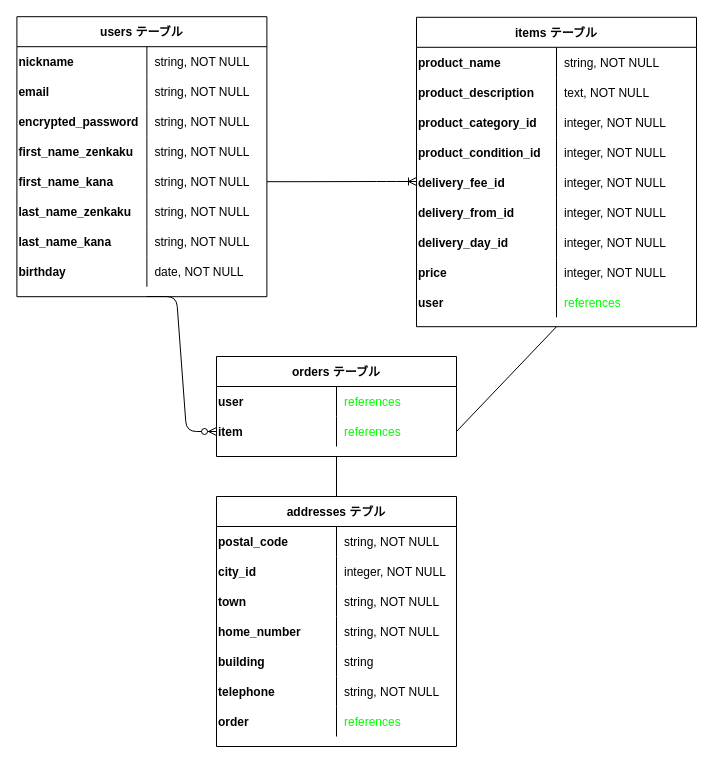
taihei0120/furima-36752 keeps this draw.io diagram as test.dio. Above is the earlier version. Source tidied: cells renumbered, new cells numbered last; positions are measured from the earlier drawing's top-left corner, leaving out a move shared by most shapes. Both pictures are drawn from the tidied source at 100%, with x=0, y=0 at pixel (16, 16).
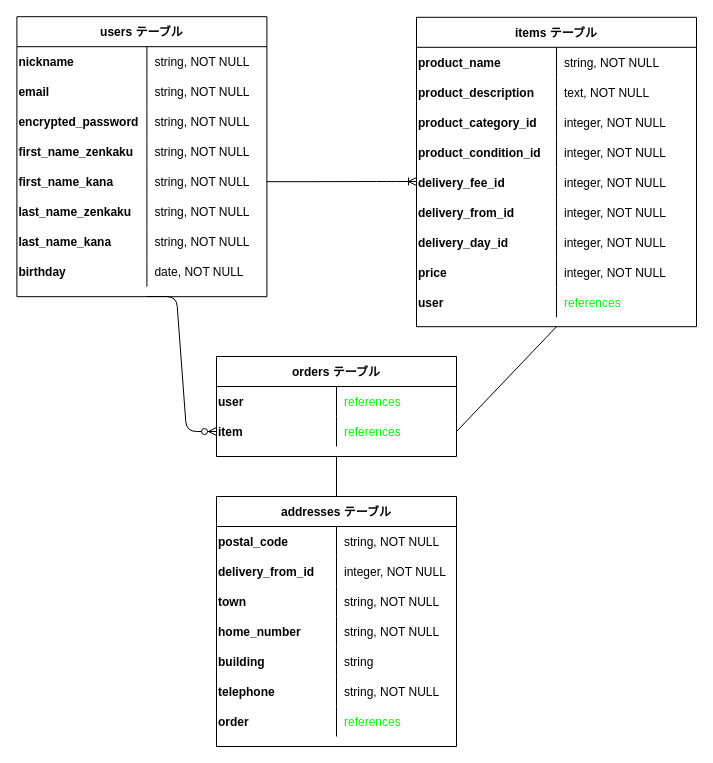
After the change.

Commit message:
ER図、README作成 vf

The change refers to these unchanged cells:
```xml
<mxCell id="59" style="shape=partialRectangle;fillColor=none;top=0;left=0;bottom=0;right=0;fontStyle=1;" parent="55" vertex="1">
  <mxGeometry y="60" width="240" height="30" as="geometry" />
</mxCell>
```

Change to the diagram source:
```diff
@@
-    <mxCell id="55" value="addresses テブル" style="shape=table;startSize=30;childLayout=tableLayout;rowLines=0;fontStyle=1;align=center;" parent="1" vertex="1">
+    <mxCell id="55" value="addresses テーブル" style="shape=table;startSize=30;childLayout=tableLayout;rowLines=0;fontStyle=1;align=center;" parent="1" vertex="1">
       <mxGeometry x="200" y="480" width="240" height="250" as="geometry" />
     </mxCell>
@@
-    <mxCell id="60" value="city_id" style="shape=partialRectangle;fillColor=none;top=0;left=0;bottom=0;right=0;overflow=hidden;align=left;fontStyle=1;" parent="59" vertex="1">
+    <mxCell id="60" value="delivery_from_id" style="shape=partialRectangle;fillColor=none;top=0;left=0;bottom=0;right=0;overflow=hidden;align=left;fontStyle=1;" parent="59" vertex="1">
       <mxGeometry width="120" height="30" as="geometry" />
     </mxCell>
```
